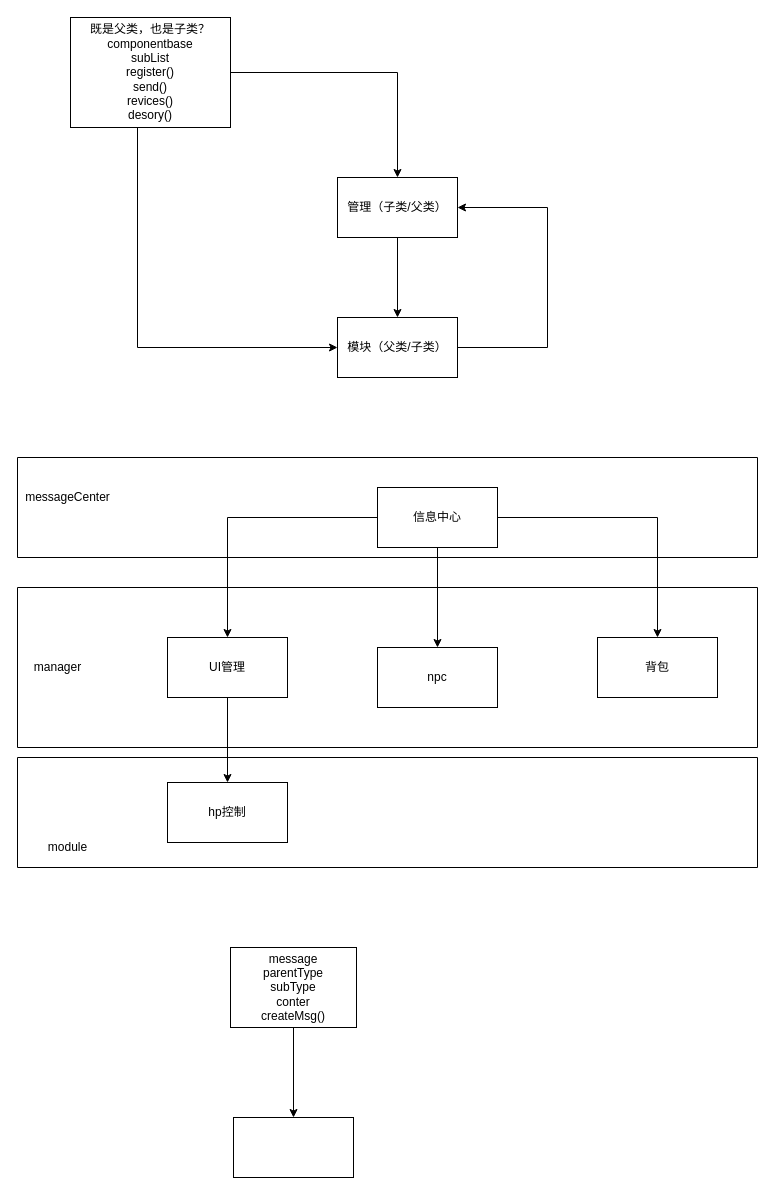
605682883/flowPhoto keeps this draw.io diagram as page "消息框架" (3 of 3) of Untitled Diagram.drawio. Above is the earlier version. Source tidied: cells renumbered, new cells numbered last; positions are measured from the earlier drawing's top-left corner, leaving out a move shared by most shapes. Both pictures are drawn from the tidied source at 100%, with x=0, y=0 at pixel (17, 17).
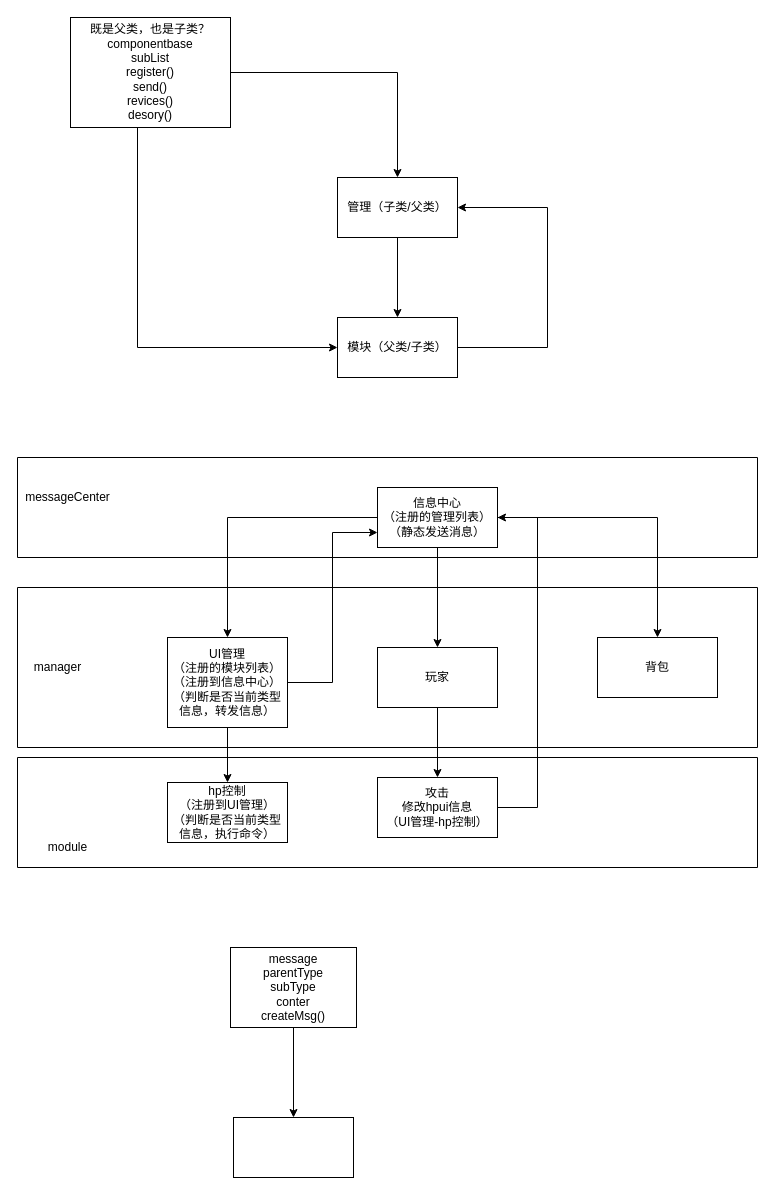
The same diagram, later.

Unchanged cells that the change refers to:
```xml
<mxCell id="16" style="swimlane;startSize=0;" parent="1" vertex="1">
  <mxGeometry y="570" width="740" height="160" as="geometry" />
</mxCell>
<mxCell id="21" style="swimlane;startSize=0;" parent="1" vertex="1">
  <mxGeometry y="740" width="740" height="110" as="geometry" />
</mxCell>
<mxCell id="24" style="swimlane;startSize=0;" parent="1" vertex="1">
  <mxGeometry y="440" width="740" height="100" as="geometry" />
</mxCell>
```

What changed in the source:
```diff
@@
-    <mxCell id="17" value="UI管理" style="rounded=0;whiteSpace=wrap;html=1;" parent="16" vertex="1">
-      <mxGeometry x="150" y="50" width="120" height="60" as="geometry" />
+    <mxCell id="17" value="UI管理&lt;br&gt;（注册的模块列表）&lt;br&gt;（注册到信息中心）&lt;br&gt;（判断是否当前类型信息，转发信息）&lt;br&gt;" style="rounded=0;whiteSpace=wrap;html=1;" parent="16" vertex="1">
+      <mxGeometry x="150" y="50" width="120" height="90" as="geometry" />
     </mxCell>
-    <mxCell id="18" value="npc" style="rounded=0;whiteSpace=wrap;html=1;" parent="16" vertex="1">
+    <mxCell id="18" value="玩家" style="rounded=0;whiteSpace=wrap;html=1;" parent="16" vertex="1">
       <mxGeometry x="360" y="60" width="120" height="60" as="geometry" />
     </mxCell>
@@
-    <mxCell id="22" value="hp控制" style="rounded=0;whiteSpace=wrap;html=1;" parent="21" vertex="1">
+    <mxCell id="22" value="hp控制&lt;br&gt;（注册到UI管理）&lt;br&gt;（判断是否当前类型信息，执行命令）" style="rounded=0;whiteSpace=wrap;html=1;" parent="21" vertex="1">
       <mxGeometry x="150" y="25" width="120" height="60" as="geometry" />
     </mxCell>
+    <mxCell id="27" value="攻击&lt;br&gt;修改hpui信息&lt;br&gt;（UI管理-hp控制）" style="rounded=0;whiteSpace=wrap;html=1;" parent="21" vertex="1">
+      <mxGeometry x="360" y="20" width="120" height="60" as="geometry" />
+    </mxCell>
@@
-    <mxCell id="25" value="信息中心" style="rounded=0;whiteSpace=wrap;html=1;" parent="24" vertex="1">
+    <mxCell id="25" value="信息中心&lt;br&gt;（注册的管理列表）&lt;br&gt;（静态发送消息）" style="rounded=0;whiteSpace=wrap;html=1;" parent="24" vertex="1">
       <mxGeometry x="360" y="30" width="120" height="60" as="geometry" />
     </mxCell>
@@
+    <mxCell id="28" style="edgeStyle=orthogonalEdgeStyle;rounded=0;jettySize=auto;html=1;" parent="1" edge="1" source="18" target="27">
+      <mxGeometry relative="1" as="geometry" />
+    </mxCell>
+    <mxCell id="29" style="edgeStyle=orthogonalEdgeStyle;rounded=0;jettySize=auto;html=1;" parent="1" edge="1" source="27" target="25">
+      <mxGeometry relative="1" as="geometry">
+        <Array as="points">
+          <mxPoint x="520" y="790" />
+          <mxPoint x="520" y="500" />
+        </Array>
+      </mxGeometry>
+    </mxCell>
+    <mxCell id="30" style="edgeStyle=orthogonalEdgeStyle;rounded=0;jettySize=auto;html=1;entryX=0;entryY=0.75;entryDx=0;entryDy=0;" parent="1" edge="1" source="17" target="25">
+      <mxGeometry relative="1" as="geometry" />
+    </mxCell>
```
